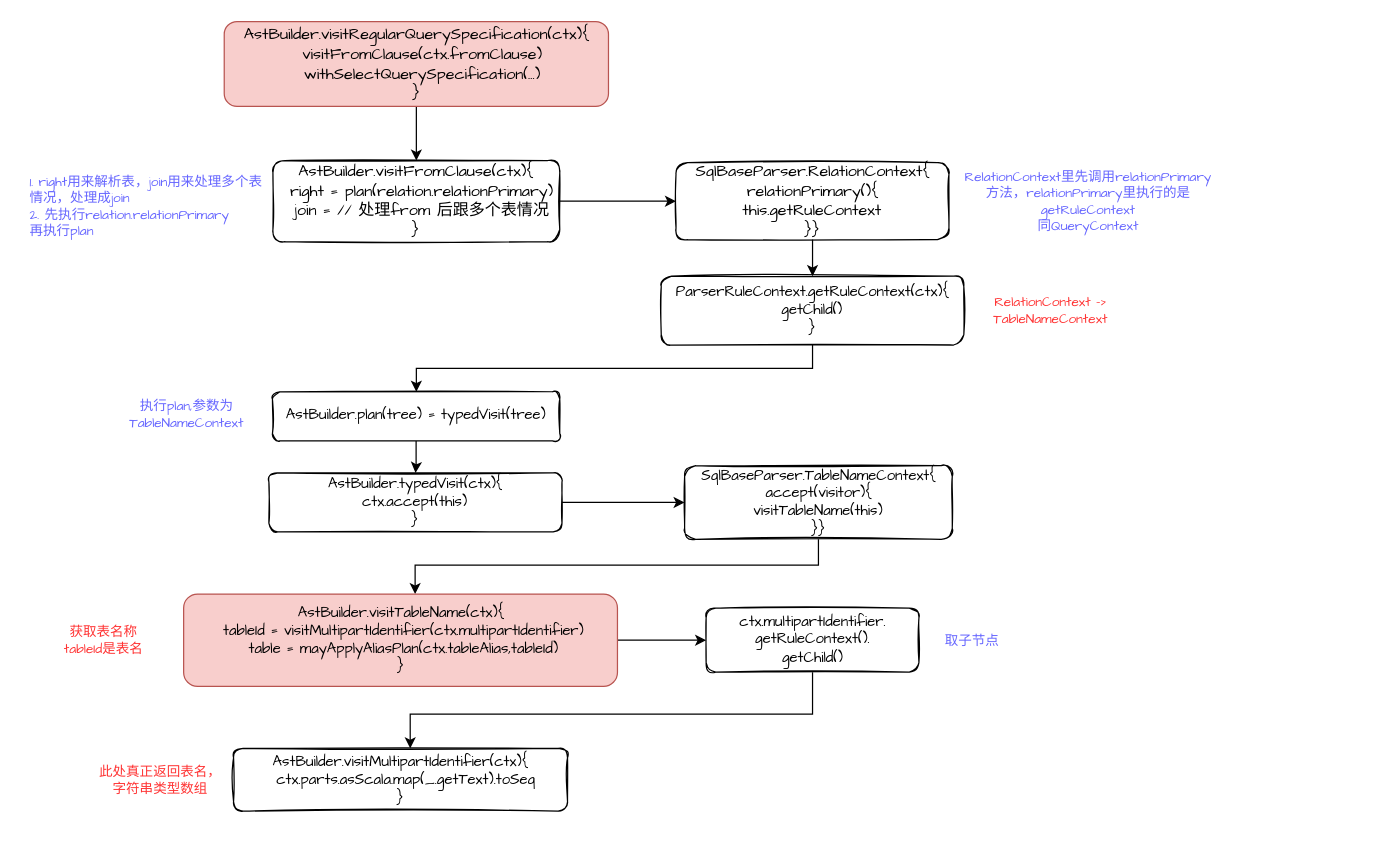
The draw.io diagram unresolved_logical_plan/visitFrom.drawio in kirito1015/spark_source.sql, before the edit. Source tidied: cells renumbered, new cells numbered last; positions are measured from the earlier drawing's top-left corner, leaving out a move shared by most shapes. Both pictures are drawn from the tidied source at 123%, with x=0, y=0 at pixel (21, 21).
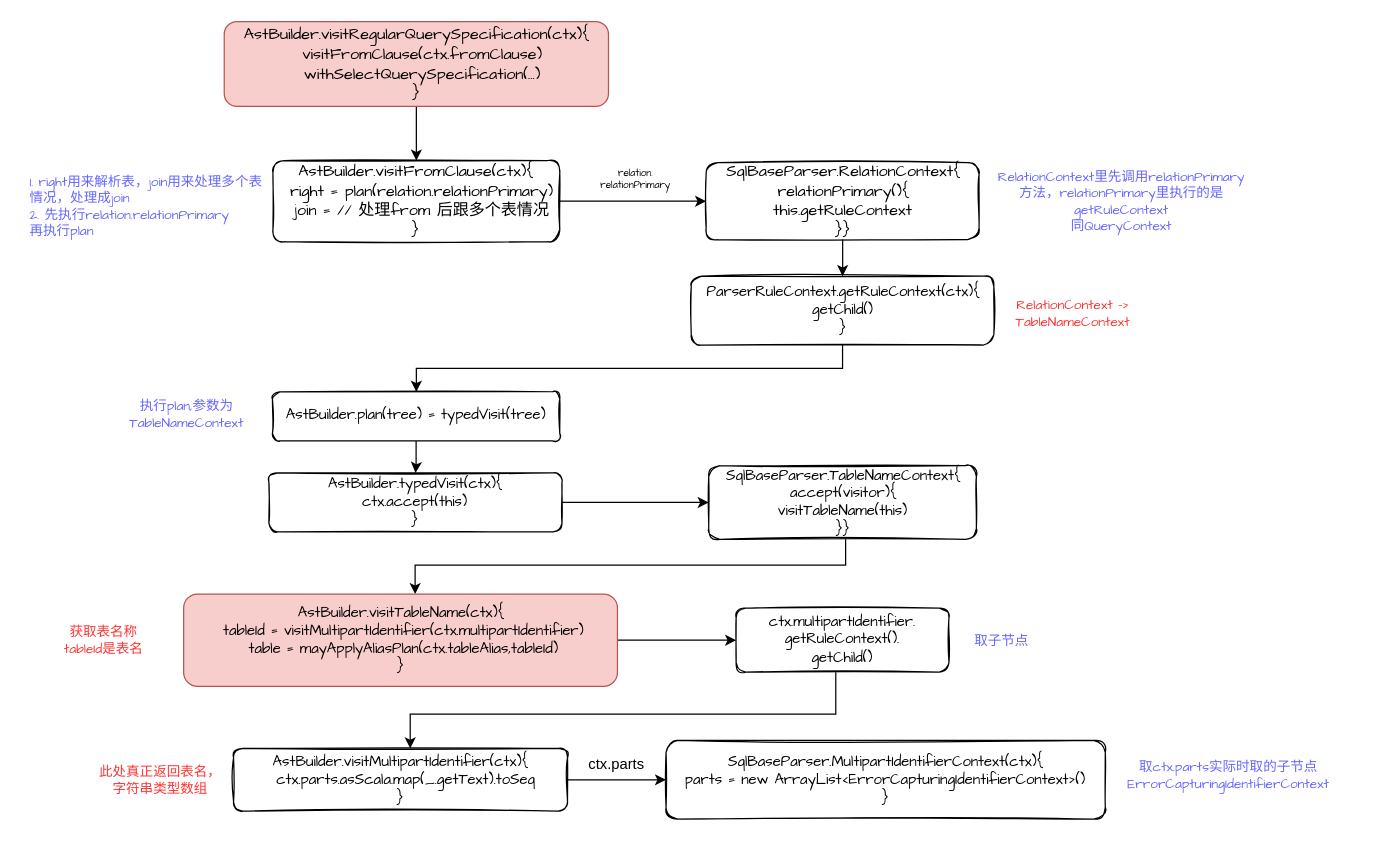
The same page after the edit.

Unchanged cells that the change refers to:
```xml
<mxCell id="11" value="AstBuilder.plan(tree) = typedVisit(tree)" style="rounded=1;whiteSpace=wrap;html=1;sketch=1;fillColor=none;shadow=0;glass=0;labelBackgroundColor=none;fontFamily=Comic Sans MS;strokeColor=default;" parent="1" vertex="1">
  <mxGeometry x="204" y="301" width="233.6" height="40" as="geometry" />
</mxCell>
<mxCell id="21" value="&lt;div&gt;AstBuilder.visitTableName(ctx){&lt;/div&gt;&lt;div&gt;&amp;nbsp;tableId = visitMultipartIdentifier(ctx.multipartIdentifier)&lt;/div&gt;&lt;div&gt;&amp;nbsp;table = mayApplyAliasPlan(ctx.tableAlias,tableId)&lt;/div&gt;&lt;div&gt;}&lt;/div&gt;" style="rounded=1;whiteSpace=wrap;html=1;sketch=0;fillColor=#f8cecc;shadow=0;glass=0;labelBackgroundColor=none;fontFamily=Comic Sans MS;strokeColor=#b85450;" parent="1" vertex="1">
  <mxGeometry x="131.8" y="465.5" width="352.7" height="75" as="geometry" />
</mxCell>
<mxCell id="25" value="&lt;div&gt;AstBuilder.visitMultipartIdentifier(ctx){&lt;/div&gt;&lt;div&gt;&amp;nbsp; ctx.parts.asScala.map(_.getText).toSeq&lt;/div&gt;&lt;div&gt;}&lt;/div&gt;&lt;div&gt;&lt;/div&gt;" style="rounded=1;whiteSpace=wrap;html=1;sketch=1;fillColor=none;shadow=0;glass=0;labelBackgroundColor=none;fontFamily=Comic Sans MS;strokeColor=default;" parent="1" vertex="1">
  <mxGeometry x="172.4" y="591" width="271.5" height="51" as="geometry" />
</mxCell>
```

Change to the diagram source:
```diff
@@
     <mxCell id="7" value="&lt;div&gt;&lt;span style=&quot;font-size: 13.0667px&quot;&gt;SqlBaseParser.RelationContext{&lt;/span&gt;&lt;/div&gt;&lt;div&gt;&lt;span style=&quot;font-size: 13.0667px&quot;&gt;relationPrimary(){&lt;/span&gt;&lt;/div&gt;&lt;div&gt;&lt;span style=&quot;font-size: 13.0667px&quot;&gt;this.getRuleContext&lt;/span&gt;&lt;/div&gt;&lt;div&gt;&lt;span style=&quot;font-size: 13.0667px&quot;&gt;}}&lt;/span&gt;&lt;/div&gt;" style="rounded=1;whiteSpace=wrap;html=1;sketch=1;fillColor=none;shadow=0;glass=0;labelBackgroundColor=none;fontFamily=Comic Sans MS;strokeColor=default;" parent="1" vertex="1">
-      <mxGeometry x="532.1" y="114.8" width="221.9" height="62.5" as="geometry" />
+      <mxGeometry x="556.6" y="114.8" width="221.9" height="62.5" as="geometry" />
     </mxCell>
@@
     <mxCell id="9" value="RelationContext里先调用relationPrimary方法，relationPrimary里执行的是getRuleContext&lt;br&gt;同QueryContext" style="text;html=1;strokeColor=none;fillColor=none;align=center;verticalAlign=middle;whiteSpace=wrap;rounded=0;shadow=0;glass=0;labelBackgroundColor=none;sketch=1;fontSize=11;fontColor=#6666FF;fontFamily=Comic Sans MS;" parent="1" vertex="1">
-      <mxGeometry x="761" y="104.8" width="213" height="82.5" as="geometry" />
+      <mxGeometry x="788" y="104.8" width="213" height="82.5" as="geometry" />
     </mxCell>
@@
     <mxCell id="12" style="edgeStyle=orthogonalEdgeStyle;rounded=0;jettySize=auto;html=1;" parent="1" edge="1" source="13" target="11">
       <mxGeometry relative="1" as="geometry">
         <Array as="points">
-          <mxPoint x="643" y="282" />
+          <mxPoint x="668" y="282" />
           <mxPoint x="321" y="282" />
         </Array>
       </mxGeometry>
     </mxCell>
     <mxCell id="13" value="ParserRuleContext.getRuleContext(ctx){&lt;br&gt;getChild()&lt;br&gt;}" style="rounded=1;whiteSpace=wrap;html=1;sketch=1;fillColor=none;shadow=0;glass=0;labelBackgroundColor=none;fontFamily=Comic Sans MS;" parent="1" vertex="1">
-      <mxGeometry x="520.1" y="207" width="246" height="56" as="geometry" />
+      <mxGeometry x="544.5" y="207" width="246" height="56" as="geometry" />
     </mxCell>
     <mxCell id="14" value="&lt;font color=&quot;#ff3333&quot;&gt;RelationContext -&amp;gt;&lt;br&gt;TableNameContext&lt;/font&gt;&lt;br&gt;&lt;div class=&quot;okr-block-clipboard&quot;&gt;&lt;/div&gt;" style="text;html=1;strokeColor=none;fillColor=none;align=center;verticalAlign=middle;whiteSpace=wrap;rounded=0;shadow=0;glass=0;labelBackgroundColor=none;sketch=1;fontSize=11;fontColor=#6666FF;fontFamily=Comic Sans MS;" parent="1" vertex="1">
-      <mxGeometry x="770.2" y="212" width="134.3" height="46" as="geometry" />
+      <mxGeometry x="788" y="214" width="134.3" height="46" as="geometry" />
     </mxCell>
@@
     <mxCell id="18" style="edgeStyle=orthogonalEdgeStyle;rounded=0;jettySize=auto;html=1;fontColor=#FF3333;" parent="1" edge="1" source="19" target="21">
       <mxGeometry relative="1" as="geometry">
         <Array as="points">
-          <mxPoint x="648" y="442" />
+          <mxPoint x="670" y="442" />
           <mxPoint x="320" y="442" />
         </Array>
       </mxGeometry>
     </mxCell>
     <mxCell id="19" value="&lt;div&gt;SqlBaseParser.TableNameContext{&lt;/div&gt;&lt;div&gt;accept(visitor){&lt;/div&gt;&lt;div&gt;visitTableName(this)&lt;/div&gt;&lt;div&gt;}}&lt;/div&gt;" style="rounded=1;whiteSpace=wrap;html=1;sketch=1;fillColor=none;shadow=0;glass=0;labelBackgroundColor=none;fontFamily=Comic Sans MS;" parent="1" vertex="1">
-      <mxGeometry x="539.1" y="361" width="217.6" height="60" as="geometry" />
+      <mxGeometry x="558.7" y="361" width="217.6" height="60" as="geometry" />
     </mxCell>
@@
     <mxCell id="22" style="edgeStyle=orthogonalEdgeStyle;rounded=0;jettySize=auto;html=1;fontColor=#FF3333;" parent="1" edge="1" source="23" target="25">
       <mxGeometry relative="1" as="geometry">
         <Array as="points">
-          <mxPoint x="643" y="563" />
+          <mxPoint x="662" y="563" />
           <mxPoint x="316" y="563" />
         </Array>
       </mxGeometry>
     </mxCell>
     <mxCell id="23" value="&lt;div&gt;&lt;span&gt;ctx.multipartIdentifier.&lt;/span&gt;&lt;/div&gt;getRuleContext().&lt;br&gt;getChild()" style="rounded=1;whiteSpace=wrap;html=1;sketch=1;fillColor=none;shadow=0;glass=0;labelBackgroundColor=none;fontFamily=Comic Sans MS;strokeColor=default;" parent="1" vertex="1">
-      <mxGeometry x="556.6" y="477" width="173" height="52" as="geometry" />
+      <mxGeometry x="581" y="477" width="173" height="52" as="geometry" />
     </mxCell>
     <mxCell id="24" value="取子节点" style="text;html=1;strokeColor=none;fillColor=none;align=center;verticalAlign=middle;whiteSpace=wrap;rounded=0;shadow=0;glass=0;labelBackgroundColor=none;sketch=1;fontSize=11;fontColor=#6666FF;fontFamily=Comic Sans MS;" parent="1" vertex="1">
-      <mxGeometry x="733.2" y="487" width="79.9" height="32" as="geometry" />
+      <mxGeometry x="757" y="487" width="79.9" height="32" as="geometry" />
     </mxCell>
+    <mxCell id="28" style="edgeStyle=orthogonalEdgeStyle;rounded=0;jettySize=auto;html=1;" parent="1" edge="1" source="25" target="29">
+      <mxGeometry relative="1" as="geometry" />
+    </mxCell>
@@
+    <mxCell id="29" value="&lt;div&gt;SqlBaseParser.MultipartIdentifierContext(ctx){&lt;/div&gt;parts = new ArrayList&amp;lt;ErrorCapturingIdentifierContext&amp;gt;()&lt;div&gt;&lt;span&gt;}&lt;/span&gt;&lt;br&gt;&lt;/div&gt;&lt;div&gt;&lt;/div&gt;" style="rounded=1;whiteSpace=wrap;html=1;sketch=1;fillColor=none;shadow=0;glass=0;labelBackgroundColor=none;fontFamily=Comic Sans MS;strokeColor=default;" parent="1" vertex="1">
+      <mxGeometry x="524" y="584.5" width="357.1" height="64" as="geometry" />
+    </mxCell>
+    <mxCell id="30" value="ctx.parts" style="text;html=1;strokeColor=none;fillColor=none;align=center;verticalAlign=middle;whiteSpace=wrap;rounded=0;" parent="1" vertex="1">
+      <mxGeometry x="454" y="589" width="60" height="30" as="geometry" />
+    </mxCell>
+    <mxCell id="31" value="取ctx.parts实际时取的子节点ErrorCapturingIdentifierContext" style="text;html=1;strokeColor=none;fillColor=none;align=center;verticalAlign=middle;whiteSpace=wrap;rounded=0;shadow=0;glass=0;labelBackgroundColor=none;sketch=1;fontSize=11;fontColor=#6666FF;fontFamily=Comic Sans MS;" parent="1" vertex="1">
+      <mxGeometry x="867" y="577" width="229" height="71.5" as="geometry" />
+    </mxCell>
+    <mxCell id="32" value="&lt;span style=&quot;font-family: &amp;#34;comic sans ms&amp;#34; ; font-size: 8px&quot;&gt;relation.&lt;br&gt;relationPrimary&lt;/span&gt;" style="text;html=1;strokeColor=none;fillColor=none;align=center;verticalAlign=middle;whiteSpace=wrap;rounded=0;fontSize=8;" parent="1" vertex="1">
+      <mxGeometry x="421" y="114.8" width="157.1" height="26.2" as="geometry" />
+    </mxCell>
```
